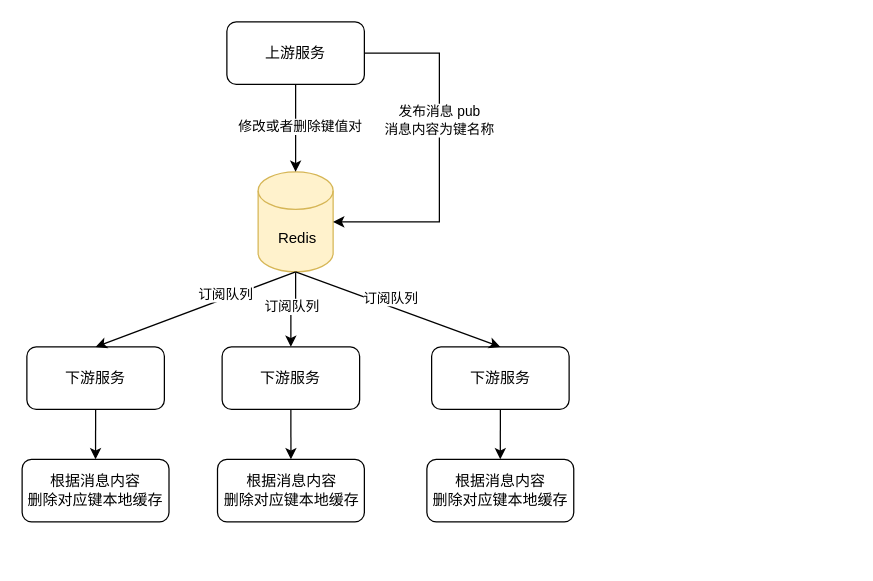
Before: draw.io/pub/sub 订阅 Redis 的值更新.drawio in KeatonLi/pictures, a draw.io diagram. Source tidied: cells renumbered, new cells numbered last; positions are measured from the earlier drawing's top-left corner, leaving out a move shared by most shapes. Both pictures are drawn from the tidied source at 125%, with x=0, y=0 at pixel (21, 21).
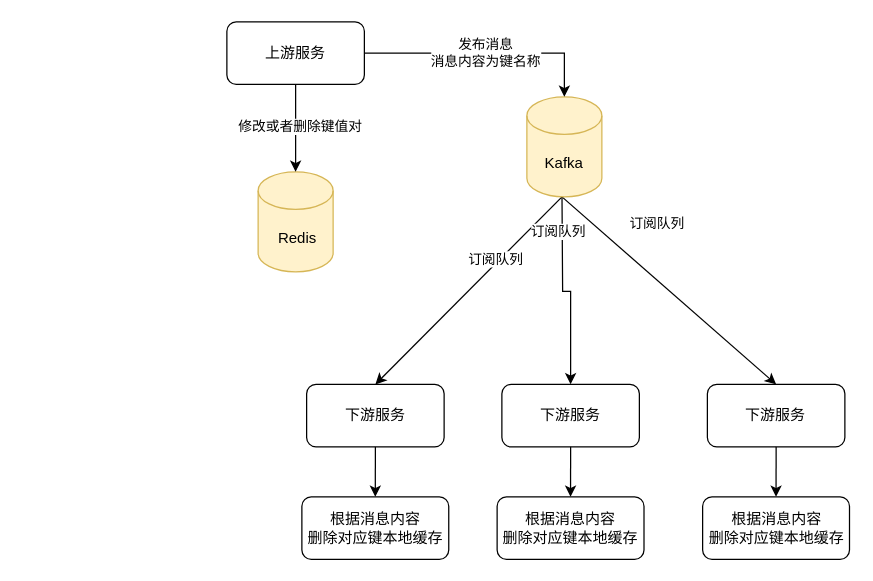
Above is the later version.

Commit message:
更新sub 订阅 Redis 的值更新.drawio

Unchanged cells that the change refers to:
```xml
<mxCell id="2" value="上游服务" style="rounded=1;whiteSpace=wrap;html=1;" parent="1" vertex="1">
  <mxGeometry x="164" width="110" height="50" as="geometry" />
</mxCell>
<mxCell id="4" value="&amp;nbsp;Redis" style="shape=cylinder3;whiteSpace=wrap;html=1;boundedLbl=1;backgroundOutline=1;size=15;fillColor=#fff2cc;strokeColor=#d6b656;" parent="1" vertex="1">
  <mxGeometry x="189" y="120" width="60" height="80" as="geometry" />
</mxCell>
```

Change to the diagram source:
```diff
@@
-    <mxCell id="3" style="edgeStyle=orthogonalEdgeStyle;rounded=0;jettySize=auto;html=1;entryX=0.5;entryY=0;entryDx=0;entryDy=0;" parent="1" edge="1" source="4" target="14">
-      <mxGeometry relative="1" as="geometry" />
+    <mxCell id="3" style="edgeStyle=orthogonalEdgeStyle;rounded=0;jettySize=auto;html=1;entryX=0.5;entryY=0;entryDx=0;entryDy=0;" parent="1" edge="1" target="14">
+      <mxGeometry relative="1" as="geometry">
+        <mxPoint x="432.1" y="140" as="sourcePoint" />
+      </mxGeometry>
     </mxCell>
@@
-    <mxCell id="7" style="endArrow=classic;html=1;rounded=0;exitX=1;exitY=0.5;exitDx=0;exitDy=0;entryX=1;entryY=0.5;entryDx=0;entryDy=0;entryPerimeter=0;" parent="1" edge="1" source="2" target="4">
-      <mxGeometry relative="1" as="geometry">
-        <Array as="points">
-          <mxPoint x="334" y="25" />
-          <mxPoint x="334" y="90" />
-          <mxPoint x="334" y="160" />
-        </Array>
-      </mxGeometry>
-    </mxCell>
-    <mxCell id="8" value="发布消息 pub&lt;div&gt;消息内容为键名称&lt;/div&gt;" style="edgeLabel;html=1;align=center;verticalAlign=middle;" parent="7" vertex="1">
-      <mxGeometry x="-0.19" y="-1" relative="1" as="geometry" />
-    </mxCell>
     <mxCell id="9" value="下游服务" style="rounded=1;whiteSpace=wrap;html=1;" parent="1" vertex="1">
-      <mxGeometry x="4" y="260" width="110" height="50" as="geometry" />
+      <mxGeometry x="227.8" y="290" width="110" height="50" as="geometry" />
     </mxCell>
@@
     <mxCell id="11" value="&lt;div&gt;根据消息内容&lt;/div&gt;删除对应键本地缓存" style="rounded=1;whiteSpace=wrap;html=1;" parent="1" vertex="1">
-      <mxGeometry x="0.2" y="350" width="117.5" height="50" as="geometry" />
+      <mxGeometry x="224" y="380" width="117.5" height="50" as="geometry" />
     </mxCell>
-    <mxCell id="12" style="endArrow=classic;html=1;rounded=0;exitX=0.5;exitY=1;exitDx=0;exitDy=0;exitPerimeter=0;entryX=0.5;entryY=0;entryDx=0;entryDy=0;" parent="1" edge="1" source="4" target="9">
-      <mxGeometry relative="1" as="geometry" />
+    <mxCell id="12" style="endArrow=classic;html=1;rounded=0;exitX=0.5;exitY=1;exitDx=0;exitDy=0;exitPerimeter=0;entryX=0.5;entryY=0;entryDx=0;entryDy=0;" parent="1" edge="1" target="9">
+      <mxGeometry relative="1" as="geometry">
+        <mxPoint x="432.1" y="140" as="sourcePoint" />
+      </mxGeometry>
     </mxCell>
@@
     <mxCell id="14" value="下游服务" style="rounded=1;whiteSpace=wrap;html=1;" parent="1" vertex="1">
-      <mxGeometry x="160.2" y="260" width="110" height="50" as="geometry" />
+      <mxGeometry x="384" y="290" width="110" height="50" as="geometry" />
     </mxCell>
@@
     <mxCell id="16" value="&lt;div&gt;根据消息内容&lt;/div&gt;删除对应键本地缓存" style="rounded=1;whiteSpace=wrap;html=1;" parent="1" vertex="1">
-      <mxGeometry x="156.5" y="350" width="117.5" height="50" as="geometry" />
+      <mxGeometry x="380.2" y="380" width="117.5" height="50" as="geometry" />
     </mxCell>
     <mxCell id="17" value="下游服务" style="rounded=1;whiteSpace=wrap;html=1;" parent="1" vertex="1">
-      <mxGeometry x="327.8" y="260" width="110" height="50" as="geometry" />
+      <mxGeometry x="548.4" y="290" width="110" height="50" as="geometry" />
     </mxCell>
@@
     <mxCell id="19" value="&lt;div&gt;根据消息内容&lt;/div&gt;删除对应键本地缓存" style="rounded=1;whiteSpace=wrap;html=1;" parent="1" vertex="1">
-      <mxGeometry x="324" y="350" width="117.5" height="50" as="geometry" />
+      <mxGeometry x="544.6" y="380" width="117.5" height="50" as="geometry" />
     </mxCell>
-    <mxCell id="20" style="endArrow=classic;html=1;rounded=0;entryX=0.5;entryY=0;entryDx=0;entryDy=0;exitX=0.5;exitY=1;exitDx=0;exitDy=0;exitPerimeter=0;" parent="1" edge="1" source="4" target="17">
-      <mxGeometry relative="1" as="geometry" />
+    <mxCell id="20" style="endArrow=classic;html=1;rounded=0;entryX=0.5;entryY=0;entryDx=0;entryDy=0;exitX=0.5;exitY=1;exitDx=0;exitDy=0;exitPerimeter=0;" parent="1" edge="1" target="17">
+      <mxGeometry relative="1" as="geometry">
+        <mxPoint x="432.1" y="140" as="sourcePoint" />
+      </mxGeometry>
     </mxCell>
     <mxCell id="21" value="订阅队列" style="edgeLabel;html=1;align=center;verticalAlign=middle;" parent="1" vertex="1">
-      <mxGeometry x="215.3" y="227.9" as="geometry" />
+      <mxGeometry x="428.4" y="167.9" as="geometry" />
     </mxCell>
     <mxCell id="22" value="订阅队列" style="edgeLabel;html=1;align=center;verticalAlign=middle;" parent="1" vertex="1">
-      <mxGeometry x="294" y="220" as="geometry" />
+      <mxGeometry x="507.1" y="160" as="geometry" />
     </mxCell>
+    <mxCell id="23" value="Kafka" style="shape=cylinder3;whiteSpace=wrap;html=1;boundedLbl=1;backgroundOutline=1;size=15;fillColor=#fff2cc;strokeColor=#d6b656;" parent="1" vertex="1">
+      <mxGeometry x="404" y="60" width="60" height="80" as="geometry" />
+    </mxCell>
+    <mxCell id="24" style="edgeStyle=orthogonalEdgeStyle;rounded=0;jettySize=auto;html=1;entryX=0.5;entryY=0;entryDx=0;entryDy=0;entryPerimeter=0;" parent="1" edge="1" source="2" target="23">
+      <mxGeometry relative="1" as="geometry" />
+    </mxCell>
+    <mxCell id="25" value="发布消息&lt;div&gt;消息内容为键名称&lt;/div&gt;" style="edgeLabel;html=1;align=center;verticalAlign=middle;" parent="24" vertex="1">
+      <mxGeometry x="-0.02" y="1" relative="1" as="geometry" />
+    </mxCell>
```
